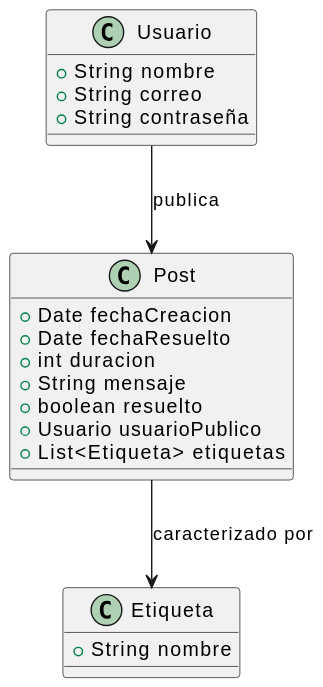
The PlantUML diagram images/modelosUML/modelosUML/Diagrama_clases.svg in mmasias/24-25-IdSw1-SDR, before a commit. The source it was exported from:
```plantuml
@startuml
class Usuario {
    +String nombre
    +String correo
    +String contraseña
}
class Post {
    +Date fechaCreacion
    +Date fechaResuelto
    +int duracion
    +String mensaje
    +boolean resuelto
    +Usuario usuarioPublico
    +List<Etiqueta> etiquetas
}
class Etiqueta {
    +String nombre
}
Usuario --> Post : "publica"
Post --> Etiqueta : "caracterizado por"
@enduml
```
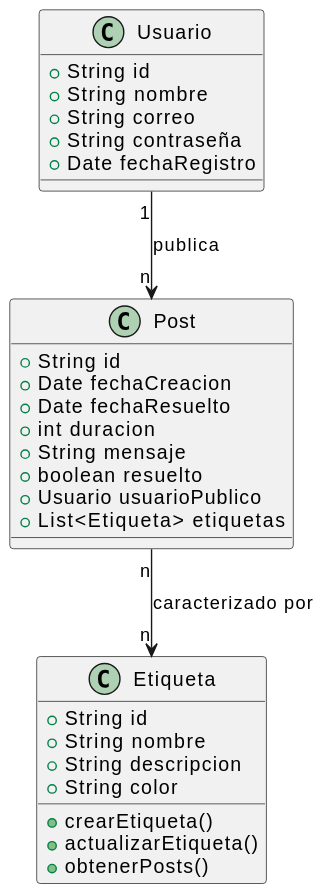
Above is the later version.

Diff of the diagram source:
```diff
@@ -1,10 +1,13 @@
 @startuml
 class Usuario {
+    +String id
     +String nombre
     +String correo
     +String contraseña
+    +Date fechaRegistro
 }
 class Post {
+    +String id
     +Date fechaCreacion
     +Date fechaResuelto
     +int duracion
@@ -14,8 +17,14 @@
     +List<Etiqueta> etiquetas
 }
 class Etiqueta {
-    +String nombre
+        +String id
+        +String nombre
+        +String descripcion
+        +String color
+        +crearEtiqueta()
+        +actualizarEtiqueta()
+        +obtenerPosts()
 }
-Usuario --> Post : "publica"
-Post --> Etiqueta : "caracterizado por"
+Usuario "1" --> "n" Post : "publica"
+Post "n" --> "n" Etiqueta : "caracterizado por"
 @enduml
```
